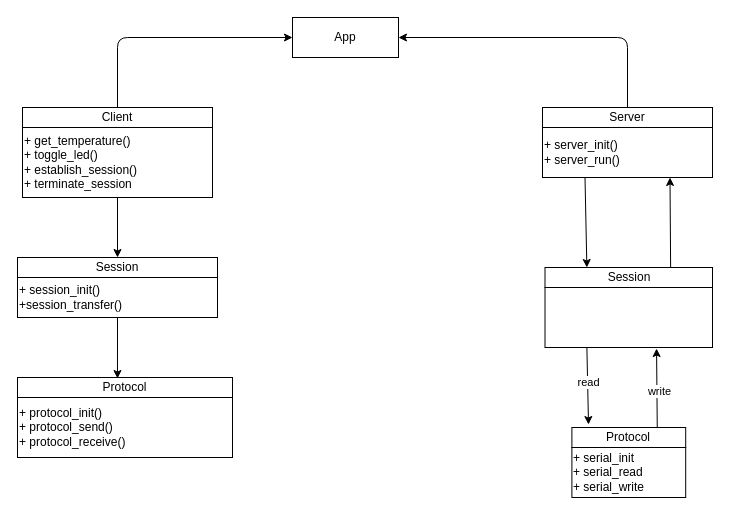
The draw.io diagram docs/design.drawio in mhistamartins/data_integrity_security, before the edit. Source tidied: cells renumbered, new cells numbered last; positions are measured from the earlier drawing's top-left corner, leaving out a move shared by most shapes. Both pictures are drawn from the tidied source at 100%, with x=0, y=0 at pixel (17, 17).
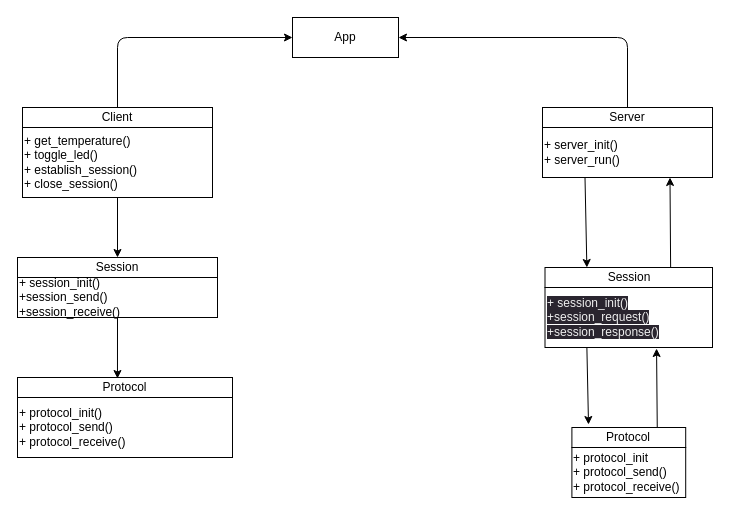
The same diagram, later.

Unchanged cells that the change refers to:
```xml
<mxCell id="18" style="edgeStyle=none;html=1;exitX=0.25;exitY=1;exitDx=0;exitDy=0;entryX=0.146;entryY=-0.15;entryDx=0;entryDy=0;entryPerimeter=0;" parent="1" edge="1" source="20" target="23">
  <mxGeometry relative="1" as="geometry" />
</mxCell>
<mxCell id="21" style="edgeStyle=none;html=1;exitX=0.75;exitY=0;exitDx=0;exitDy=0;entryX=0.666;entryY=1.017;entryDx=0;entryDy=0;entryPerimeter=0;" parent="1" edge="1" source="23" target="20">
  <mxGeometry relative="1" as="geometry" />
</mxCell>
```

The edit, as a diff of the source:
```diff
@@
-    <mxCell id="8" value="+ get_temperature()&lt;br&gt;+ toggle_led()&lt;br&gt;+ establish_session()&lt;br&gt;+ terminate_session" style="whiteSpace=wrap;html=1;shadow=0;align=left;" parent="1" vertex="1">
+    <mxCell id="8" value="+ get_temperature()&lt;br&gt;+ toggle_led()&lt;br&gt;+ establish_session()&lt;br&gt;+ close_session()" style="whiteSpace=wrap;html=1;shadow=0;align=left;" parent="1" vertex="1">
       <mxGeometry x="5" y="110" width="190" height="70" as="geometry" />
     </mxCell>
@@
-    <mxCell id="11" value="+ session_init()&lt;br&gt;+session_transfer()" style="whiteSpace=wrap;html=1;shadow=0;fontSize=12;align=left;" parent="1" vertex="1">
+    <mxCell id="11" value="+ session_init()&lt;br&gt;+session_send()&lt;br&gt;+session_receive()" style="whiteSpace=wrap;html=1;shadow=0;fontSize=12;align=left;" parent="1" vertex="1">
       <mxGeometry y="260" width="200" height="40" as="geometry" />
     </mxCell>
@@
-    <mxCell id="19" value="read" style="edgeLabel;html=1;align=center;verticalAlign=middle;" parent="18" vertex="1">
-      <mxGeometry x="-0.08" relative="1" as="geometry" />
-    </mxCell>
-    <mxCell id="20" style="whiteSpace=wrap;html=1;" parent="1" vertex="1">
+    <mxCell id="20" value="&lt;span style=&quot;color: rgb(240, 240, 240); font-family: Helvetica; font-size: 12px; font-style: normal; font-variant-ligatures: normal; font-variant-caps: normal; font-weight: 400; letter-spacing: normal; orphans: 2; text-indent: 0px; text-transform: none; widows: 2; word-spacing: 0px; -webkit-text-stroke-width: 0px; background-color: rgb(42, 37, 47); text-decoration-thickness: initial; text-decoration-style: initial; text-decoration-color: initial; float: none; display: inline !important;&quot;&gt;+ session_init()&lt;/span&gt;&lt;br style=&quot;border-color: rgb(0, 0, 0); color: rgb(240, 240, 240); font-family: Helvetica; font-size: 12px; font-style: normal; font-variant-ligatures: normal; font-variant-caps: normal; font-weight: 400; letter-spacing: normal; orphans: 2; text-indent: 0px; text-transform: none; widows: 2; word-spacing: 0px; -webkit-text-stroke-width: 0px; background-color: rgb(42, 37, 47); text-decoration-thickness: initial; text-decoration-style: initial; text-decoration-color: initial;&quot;&gt;&lt;span style=&quot;color: rgb(240, 240, 240); font-family: Helvetica; font-size: 12px; font-style: normal; font-variant-ligatures: normal; font-variant-caps: normal; font-weight: 400; letter-spacing: normal; orphans: 2; text-indent: 0px; text-transform: none; widows: 2; word-spacing: 0px; -webkit-text-stroke-width: 0px; background-color: rgb(42, 37, 47); text-decoration-thickness: initial; text-decoration-style: initial; text-decoration-color: initial; float: none; display: inline !important;&quot;&gt;+session_request()&lt;/span&gt;&lt;br style=&quot;border-color: rgb(0, 0, 0); color: rgb(240, 240, 240); font-family: Helvetica; font-size: 12px; font-style: normal; font-variant-ligatures: normal; font-variant-caps: normal; font-weight: 400; letter-spacing: normal; orphans: 2; text-indent: 0px; text-transform: none; widows: 2; word-spacing: 0px; -webkit-text-stroke-width: 0px; background-color: rgb(42, 37, 47); text-decoration-thickness: initial; text-decoration-style: initial; text-decoration-color: initial;&quot;&gt;&lt;span style=&quot;color: rgb(240, 240, 240); font-family: Helvetica; font-size: 12px; font-style: normal; font-variant-ligatures: normal; font-variant-caps: normal; font-weight: 400; letter-spacing: normal; orphans: 2; text-indent: 0px; text-transform: none; widows: 2; word-spacing: 0px; -webkit-text-stroke-width: 0px; background-color: rgb(42, 37, 47); text-decoration-thickness: initial; text-decoration-style: initial; text-decoration-color: initial; float: none; display: inline !important;&quot;&gt;+session_response()&lt;/span&gt;" style="whiteSpace=wrap;html=1;align=left;" parent="1" vertex="1">
       <mxGeometry x="527.5" y="270" width="167.5" height="60" as="geometry" />
     </mxCell>
@@
-    <mxCell id="22" value="write" style="edgeLabel;html=1;align=center;verticalAlign=middle;" parent="21" vertex="1">
-      <mxGeometry x="-0.1" y="-2" relative="1" as="geometry" />
-    </mxCell>
@@
-    <mxCell id="24" value="+ serial_init&lt;br&gt;+ serial_read&lt;br&gt;+ serial_write" style="whiteSpace=wrap;html=1;align=left;" parent="1" vertex="1">
+    <mxCell id="24" value="+ protocol_init&lt;br&gt;+ protocol_send()&lt;br&gt;+ protocol_receive()" style="whiteSpace=wrap;html=1;align=left;" parent="1" vertex="1">
       <mxGeometry x="554.4" y="430" width="113.8" height="50" as="geometry" />
     </mxCell>
```
